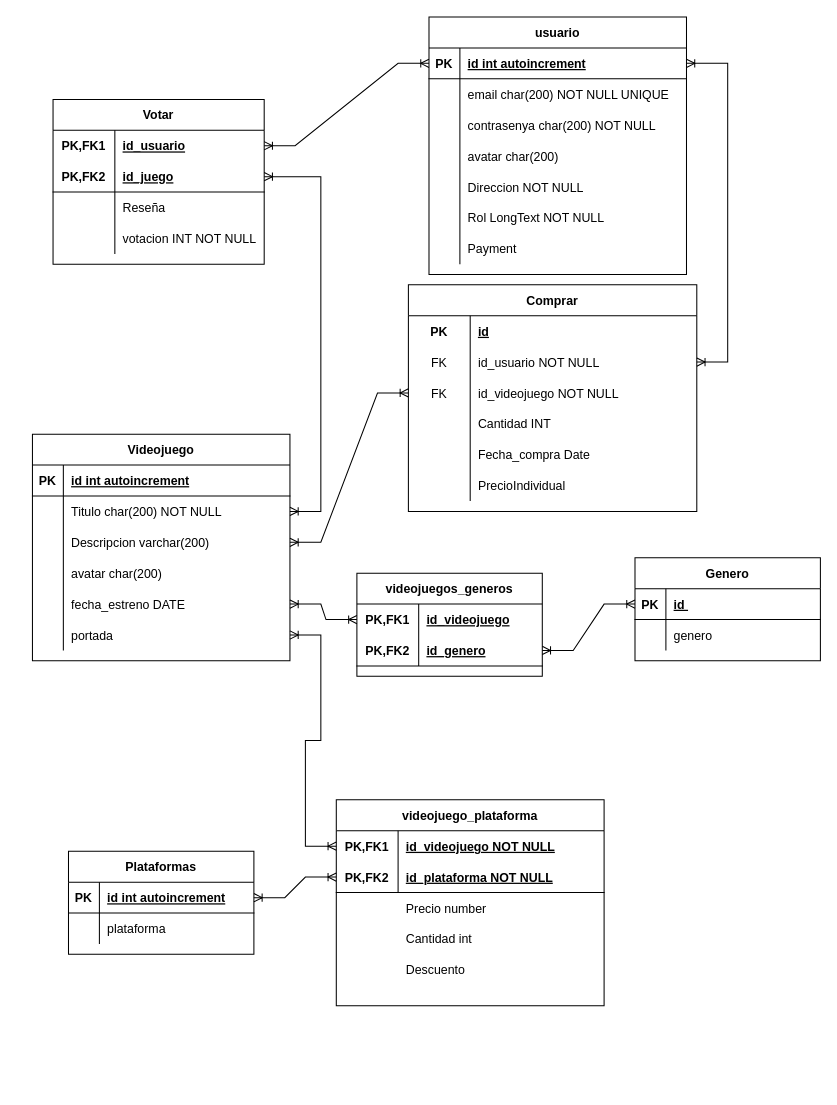
This is page "Page-1" (1 of 2) of Diagrama ER.drawio from badluckxiii/ProjecteFinalDocumentacioDAW, a draw.io file, before an edit. Source tidied: cells renumbered, new cells numbered last; positions are measured from the earlier drawing's top-left corner, leaving out a move shared by most shapes. Both pictures are drawn from the tidied source at 103%, with x=0, y=0 at pixel (32, 16).
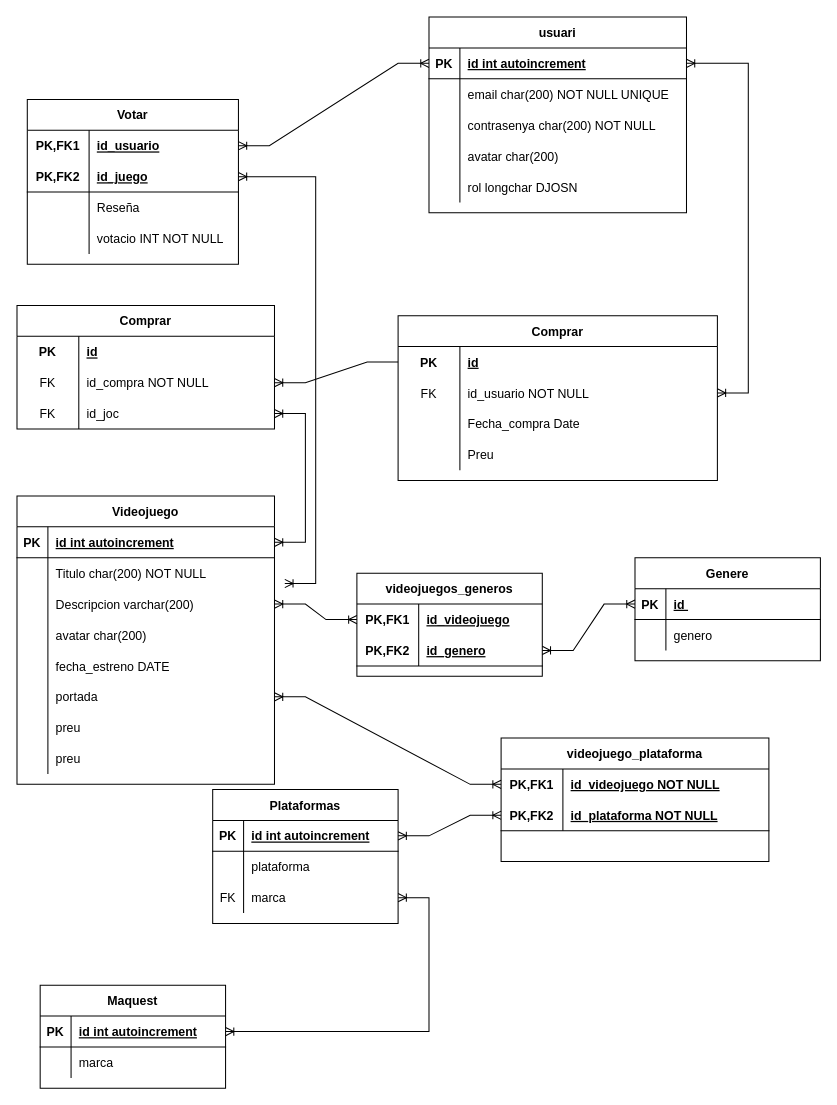
The same diagram, later.

Unchanged cells that the change refers to:
```xml
<mxCell id="25" style="shape=partialRectangle;fillColor=none;points=[[0,0.5],[1,0.5]];portConstraint=eastwest;top=0;left=0;right=0;bottom=1;" parent="24" vertex="1">
  <mxGeometry y="30" width="250" height="30" as="geometry" />
</mxCell>
<mxCell id="28" style="shape=partialRectangle;fillColor=none;points=[[0,0.5],[1,0.5]];portConstraint=eastwest;top=0;left=0;right=0;bottom=0;" parent="24" vertex="1">
  <mxGeometry y="60" width="250" height="30" as="geometry" />
</mxCell>
<mxCell id="31" style="shape=partialRectangle;fillColor=none;points=[[0,0.5],[1,0.5]];portConstraint=eastwest;top=0;left=0;right=0;bottom=0;" parent="24" vertex="1">
  <mxGeometry y="90" width="250" height="30" as="geometry" />
</mxCell>
<mxCell id="67" style="shape=tableRow;horizontal=0;startSize=0;swimlaneHead=0;swimlaneBody=0;fillColor=none;points=[[0,0.5],[1,0.5]];portConstraint=eastwest;top=0;left=0;right=0;bottom=0;" parent="66" vertex="1">
  <mxGeometry y="30" width="180" height="30" as="geometry" />
</mxCell>
<mxCell id="79" style="shape=tableRow;horizontal=0;startSize=0;swimlaneHead=0;swimlaneBody=0;fillColor=none;points=[[0,0.5],[1,0.5]];portConstraint=eastwest;top=0;left=0;right=0;bottom=1;" parent="75" vertex="1">
  <mxGeometry y="60" width="205" height="30" as="geometry" />
</mxCell>
<mxCell id="85" style="shape=tableRow;horizontal=0;startSize=0;swimlaneHead=0;swimlaneBody=0;fillColor=none;top=0;left=0;right=0;bottom=0;" parent="75" vertex="1">
  <mxGeometry y="120" width="205" height="30" as="geometry" />
</mxCell>
```

Diff of the diagram source:
```diff
@@
-    <mxCell id="2" value="usuario" style="shape=table;startSize=30;childLayout=tableLayout;rowLines=0;fontStyle=1;align=center;" parent="1" vertex="1">
-      <mxGeometry x="385" width="250" height="250" as="geometry" />
+    <mxCell id="2" value="usuari" style="shape=table;startSize=30;childLayout=tableLayout;rowLines=0;fontStyle=1;align=center;" parent="1" vertex="1">
+      <mxGeometry x="385" width="250" height="190" as="geometry" />
     </mxCell>
@@
-    <mxCell id="15" style="shape=partialRectangle;fillColor=none;top=0;left=0;right=0;bottom=0;" parent="2" vertex="1">
-      <mxGeometry y="150" width="250" height="30" as="geometry" />
-    </mxCell>
-    <mxCell id="16" style="shape=partialRectangle;overflow=hidden;fillColor=none;top=0;left=0;bottom=0;right=0;" parent="15" vertex="1">
-      <mxGeometry width="30" height="30" as="geometry" />
-    </mxCell>
-    <mxCell id="17" value="Direccion NOT NULL" style="shape=partialRectangle;overflow=hidden;fillColor=none;top=0;left=0;bottom=0;right=0;align=left;spacingLeft=6;" parent="15" vertex="1">
-      <mxGeometry x="30" width="220" height="30" as="geometry" />
-    </mxCell>
     <mxCell id="18" style="shape=partialRectangle;fillColor=none;top=0;left=0;right=0;bottom=0;" parent="2" vertex="1">
-      <mxGeometry y="180" width="250" height="30" as="geometry" />
+      <mxGeometry y="150" width="250" height="30" as="geometry" />
     </mxCell>
@@
-    <mxCell id="20" value="Rol LongText NOT NULL" style="shape=partialRectangle;overflow=hidden;fillColor=none;top=0;left=0;bottom=0;right=0;align=left;spacingLeft=6;" parent="18" vertex="1">
+    <mxCell id="20" value="rol longchar DJOSN" style="shape=partialRectangle;overflow=hidden;fillColor=none;top=0;left=0;bottom=0;right=0;align=left;spacingLeft=6;" parent="18" vertex="1">
       <mxGeometry x="30" width="220" height="30" as="geometry" />
     </mxCell>
-    <mxCell id="21" style="shape=partialRectangle;fillColor=none;top=0;left=0;right=0;bottom=0;" parent="2" vertex="1">
-      <mxGeometry y="210" width="250" height="30" as="geometry" />
-    </mxCell>
-    <mxCell id="22" style="shape=partialRectangle;overflow=hidden;fillColor=none;top=0;left=0;bottom=0;right=0;" parent="21" vertex="1">
-      <mxGeometry width="30" height="30" as="geometry" />
-    </mxCell>
-    <mxCell id="23" value="Payment" style="shape=partialRectangle;overflow=hidden;fillColor=none;top=0;left=0;bottom=0;right=0;align=left;spacingLeft=6;" parent="21" vertex="1">
-      <mxGeometry x="30" width="220" height="30" as="geometry" />
-    </mxCell>
     <mxCell id="24" value="Videojuego" style="shape=table;startSize=30;childLayout=tableLayout;rowLines=0;fontStyle=1;align=center;" parent="1" vertex="1">
-      <mxGeometry y="405" width="250" height="220" as="geometry" />
+      <mxGeometry x="-15" y="465" width="250" height="280" as="geometry" />
     </mxCell>
@@
+    <mxCell id="21" style="shape=partialRectangle;fillColor=none;top=0;left=0;right=0;bottom=0;" parent="24" vertex="1">
+      <mxGeometry y="210" width="250" height="30" as="geometry" />
+    </mxCell>
+    <mxCell id="116" style="shape=partialRectangle;overflow=hidden;fillColor=none;top=0;left=0;bottom=0;right=0;" parent="21" vertex="1">
+      <mxGeometry width="30" height="30" as="geometry" />
+    </mxCell>
+    <mxCell id="117" value="preu" style="shape=partialRectangle;overflow=hidden;fillColor=none;top=0;left=0;bottom=0;right=0;align=left;spacingLeft=6;" parent="21" vertex="1">
+      <mxGeometry x="30" width="220" height="30" as="geometry" />
+    </mxCell>
+    <mxCell id="118" style="shape=partialRectangle;fillColor=none;top=0;left=0;right=0;bottom=0;" parent="24" vertex="1">
+      <mxGeometry y="240" width="250" height="30" as="geometry" />
+    </mxCell>
+    <mxCell id="119" style="shape=partialRectangle;overflow=hidden;fillColor=none;top=0;left=0;bottom=0;right=0;" parent="118" vertex="1">
+      <mxGeometry width="30" height="30" as="geometry" />
+    </mxCell>
+    <mxCell id="120" value="preu" style="shape=partialRectangle;overflow=hidden;fillColor=none;top=0;left=0;bottom=0;right=0;align=left;spacingLeft=6;" parent="118" vertex="1">
+      <mxGeometry x="30" width="220" height="30" as="geometry" />
+    </mxCell>
     <mxCell id="43" value="videojuego_plataforma" style="shape=table;startSize=30;childLayout=tableLayout;rowLines=0;fontStyle=1;align=center;" parent="1" vertex="1">
-      <mxGeometry x="295" y="760" width="260" height="200" as="geometry" />
+      <mxGeometry x="455" y="700" width="260" height="120" as="geometry" />
     </mxCell>
@@
     <mxCell id="50" value="Plataformas" style="shape=table;startSize=30;childLayout=tableLayout;rowLines=0;fontStyle=1;align=center;" parent="1" vertex="1">
-      <mxGeometry x="35" y="810" width="180" height="100" as="geometry" />
+      <mxGeometry x="175" y="750" width="180" height="130" as="geometry" />
     </mxCell>
@@
+    <mxCell id="121" style="shape=tableRow;horizontal=0;startSize=0;swimlaneHead=0;swimlaneBody=0;fillColor=none;points=[[0,0.5],[1,0.5]];portConstraint=eastwest;top=0;left=0;right=0;bottom=0;" parent="50" vertex="1">
+      <mxGeometry y="90" width="180" height="30" as="geometry" />
+    </mxCell>
+    <mxCell id="122" value="FK" style="shape=partialRectangle;fillColor=none;top=0;left=0;bottom=0;right=0;overflow=hidden;" parent="121" vertex="1">
+      <mxGeometry width="30" height="30" as="geometry" />
+    </mxCell>
+    <mxCell id="123" value="marca" style="shape=partialRectangle;fillColor=none;top=0;left=0;bottom=0;right=0;align=left;spacingLeft=6;overflow=hidden;" parent="121" vertex="1">
+      <mxGeometry x="30" width="150" height="30" as="geometry" />
+    </mxCell>
@@
-    <mxCell id="59" value="Genero" style="shape=table;startSize=30;childLayout=tableLayout;rowLines=0;fontStyle=1;align=center;" parent="1" vertex="1">
+    <mxCell id="59" value="Genere" style="shape=table;startSize=30;childLayout=tableLayout;rowLines=0;fontStyle=1;align=center;" parent="1" vertex="1">
       <mxGeometry x="585" y="525" width="180" height="100" as="geometry" />
     </mxCell>
@@
-    <mxCell id="74" style="edgeStyle=entityRelationEdgeStyle;fontSize=12;html=1;endArrow=ERoneToMany;endFill=0;startArrow=ERoneToMany;rounded=0;startFill=0;" parent="1" edge="1" target="67">
-      <mxGeometry relative="1" as="geometry">
-        <mxPoint x="250" y="570" as="sourcePoint" />
-      </mxGeometry>
+    <mxCell id="74" style="edgeStyle=entityRelationEdgeStyle;fontSize=12;html=1;endArrow=ERoneToMany;endFill=0;startArrow=ERoneToMany;rounded=0;startFill=0;" parent="1" edge="1" source="31" target="67">
+      <mxGeometry relative="1" as="geometry" />
     </mxCell>
     <mxCell id="75" value="Votar" style="shape=table;startSize=30;childLayout=tableLayout;rowLines=0;fontStyle=1;align=center;" parent="1" vertex="1">
-      <mxGeometry x="20" y="80" width="205" height="160" as="geometry" />
+      <mxGeometry x="-5" y="80" width="205" height="160" as="geometry" />
     </mxCell>
@@
-    <mxCell id="87" value="votacion INT NOT NULL" style="shape=partialRectangle;fillColor=none;top=0;left=0;bottom=0;right=0;align=left;spacingLeft=6;overflow=hidden;" parent="85" vertex="1">
+    <mxCell id="87" value="votacio INT NOT NULL" style="shape=partialRectangle;fillColor=none;top=0;left=0;bottom=0;right=0;align=left;spacingLeft=6;overflow=hidden;" parent="85" vertex="1">
       <mxGeometry x="60" width="145" height="30" as="geometry" />
     </mxCell>
     <mxCell id="88" value="Comprar" style="shape=table;startSize=30;childLayout=tableLayout;rowLines=0;fontStyle=1;align=center;" parent="1" vertex="1">
-      <mxGeometry x="365" y="260" width="280" height="220" as="geometry" />
+      <mxGeometry x="355" y="290" width="310" height="160" as="geometry" />
     </mxCell>
     <mxCell id="89" style="shape=tableRow;horizontal=0;startSize=0;swimlaneHead=0;swimlaneBody=0;fillColor=none;points=[[0,0.5],[1,0.5]];portConstraint=eastwest;top=0;left=0;right=0;bottom=0;dashed=1;dashPattern=1 1;" parent="88" vertex="1">
-      <mxGeometry y="30" width="280" height="30" as="geometry" />
+      <mxGeometry y="30" width="310" height="30" as="geometry" />
     </mxCell>
@@
     <mxCell id="91" value="id" style="shape=partialRectangle;fillColor=none;top=0;left=0;bottom=0;right=0;align=left;spacingLeft=6;fontStyle=5;overflow=hidden;" parent="89" vertex="1">
-      <mxGeometry x="60" width="220" height="30" as="geometry" />
+      <mxGeometry x="60" width="250" height="30" as="geometry" />
     </mxCell>
     <mxCell id="92" style="shape=tableRow;horizontal=0;startSize=0;swimlaneHead=0;swimlaneBody=0;fillColor=none;points=[[0,0.5],[1,0.5]];portConstraint=eastwest;top=0;left=0;right=0;bottom=0;" parent="88" vertex="1">
-      <mxGeometry y="60" width="280" height="30" as="geometry" />
+      <mxGeometry y="60" width="310" height="30" as="geometry" />
     </mxCell>
@@
     <mxCell id="94" value="id_usuario NOT NULL" style="shape=partialRectangle;fillColor=none;top=0;left=0;bottom=0;right=0;align=left;spacingLeft=6;overflow=hidden;" parent="92" vertex="1">
-      <mxGeometry x="60" width="220" height="30" as="geometry" />
+      <mxGeometry x="60" width="250" height="30" as="geometry" />
     </mxCell>
-    <mxCell id="95" style="shape=tableRow;horizontal=0;startSize=0;swimlaneHead=0;swimlaneBody=0;fillColor=none;points=[[0,0.5],[1,0.5]];portConstraint=eastwest;top=0;left=0;right=0;bottom=0;" parent="88" vertex="1">
-      <mxGeometry y="90" width="280" height="30" as="geometry" />
-    </mxCell>
-    <mxCell id="96" value="FK" style="shape=partialRectangle;fillColor=none;top=0;left=0;bottom=0;right=0;overflow=hidden;" parent="95" vertex="1">
-      <mxGeometry width="60" height="30" as="geometry" />
-    </mxCell>
-    <mxCell id="97" value="id_videojuego NOT NULL" style="shape=partialRectangle;fillColor=none;top=0;left=0;bottom=0;right=0;align=left;spacingLeft=6;overflow=hidden;" parent="95" vertex="1">
-      <mxGeometry x="60" width="220" height="30" as="geometry" />
-    </mxCell>
-    <mxCell id="98" style="shape=tableRow;horizontal=0;startSize=0;swimlaneHead=0;swimlaneBody=0;fillColor=none;top=0;left=0;right=0;bottom=0;" parent="88" vertex="1">
-      <mxGeometry y="120" width="280" height="30" as="geometry" />
-    </mxCell>
-    <mxCell id="99" style="shape=partialRectangle;fillColor=none;top=0;left=0;bottom=0;right=0;overflow=hidden;" parent="98" vertex="1">
-      <mxGeometry width="60" height="30" as="geometry" />
-    </mxCell>
-    <mxCell id="100" value="Cantidad INT" style="shape=partialRectangle;fillColor=none;top=0;left=0;bottom=0;right=0;align=left;spacingLeft=6;overflow=hidden;" parent="98" vertex="1">
-      <mxGeometry x="60" width="220" height="30" as="geometry" />
-    </mxCell>
     <mxCell id="101" style="shape=tableRow;horizontal=0;startSize=0;swimlaneHead=0;swimlaneBody=0;fillColor=none;top=0;left=0;right=0;bottom=0;" parent="88" vertex="1">
-      <mxGeometry y="150" width="280" height="30" as="geometry" />
+      <mxGeometry y="90" width="310" height="30" as="geometry" />
     </mxCell>
@@
     <mxCell id="103" value="Fecha_compra Date" style="shape=partialRectangle;fillColor=none;top=0;left=0;bottom=0;right=0;align=left;spacingLeft=6;overflow=hidden;" parent="101" vertex="1">
-      <mxGeometry x="60" width="220" height="30" as="geometry" />
+      <mxGeometry x="60" width="250" height="30" as="geometry" />
     </mxCell>
     <mxCell id="104" style="shape=tableRow;horizontal=0;startSize=0;swimlaneHead=0;swimlaneBody=0;fillColor=none;top=0;left=0;right=0;bottom=0;" parent="88" vertex="1">
-      <mxGeometry y="180" width="280" height="30" as="geometry" />
+      <mxGeometry y="120" width="310" height="30" as="geometry" />
     </mxCell>
@@
-    <mxCell id="106" value="PrecioIndividual" style="shape=partialRectangle;fillColor=none;top=0;left=0;bottom=0;right=0;align=left;spacingLeft=6;overflow=hidden;" parent="104" vertex="1">
-      <mxGeometry x="60" width="220" height="30" as="geometry" />
+    <mxCell id="106" value="Preu" style="shape=partialRectangle;fillColor=none;top=0;left=0;bottom=0;right=0;align=left;spacingLeft=6;overflow=hidden;" parent="104" vertex="1">
+      <mxGeometry x="60" width="250" height="30" as="geometry" />
     </mxCell>
@@
-    <mxCell id="108" style="edgeStyle=entityRelationEdgeStyle;fontSize=12;html=1;endArrow=ERoneToMany;startArrow=ERoneToMany;rounded=0;startFill=0;" parent="1" edge="1" source="28" target="79">
-      <mxGeometry relative="1" as="geometry" />
+    <mxCell id="108" style="edgeStyle=entityRelationEdgeStyle;fontSize=12;html=1;endArrow=ERoneToMany;startArrow=ERoneToMany;rounded=0;startFill=0;" parent="1" edge="1" target="79">
+      <mxGeometry relative="1" as="geometry">
+        <mxPoint x="245" y="550" as="sourcePoint" />
+      </mxGeometry>
     </mxCell>
@@
-    <mxCell id="110" style="edgeStyle=entityRelationEdgeStyle;fontSize=12;html=1;endArrow=ERoneToMany;startArrow=ERoneToMany;rounded=0;startFill=0;" parent="1" edge="1" source="31" target="95">
-      <mxGeometry relative="1" as="geometry" />
-    </mxCell>
@@
-    <mxCell id="113" value="Precio number" style="shape=partialRectangle;fillColor=none;top=0;left=0;bottom=0;right=0;align=left;spacingLeft=6;overflow=hidden;" parent="1" vertex="1">
-      <mxGeometry x="355" y="850" width="120" height="30" as="geometry" />
-    </mxCell>
-    <mxCell id="114" value="Cantidad int" style="shape=partialRectangle;fillColor=none;top=0;left=0;bottom=0;right=0;align=left;spacingLeft=6;overflow=hidden;" parent="1" vertex="1">
-      <mxGeometry x="355" y="880" width="120" height="30" as="geometry" />
-    </mxCell>
-    <mxCell id="115" value="Descuento" style="shape=partialRectangle;fillColor=none;top=0;left=0;bottom=0;right=0;align=left;spacingLeft=6;overflow=hidden;" parent="1" vertex="1">
-      <mxGeometry x="355" y="910" width="120" height="30" as="geometry" />
-    </mxCell>
+    <mxCell id="124" value="Maquest" style="shape=table;startSize=30;childLayout=tableLayout;rowLines=0;fontStyle=1;align=center;" parent="1" vertex="1">
+      <mxGeometry x="7.5" y="940" width="180" height="100" as="geometry" />
+    </mxCell>
+    <mxCell id="125" style="shape=tableRow;horizontal=0;startSize=0;swimlaneHead=0;swimlaneBody=0;fillColor=none;points=[[0,0.5],[1,0.5]];portConstraint=eastwest;top=0;left=0;right=0;bottom=1;" parent="124" vertex="1">
+      <mxGeometry y="30" width="180" height="30" as="geometry" />
+    </mxCell>
+    <mxCell id="126" value="PK" style="shape=partialRectangle;fillColor=none;top=0;left=0;bottom=0;right=0;fontStyle=1;overflow=hidden;" parent="125" vertex="1">
+      <mxGeometry width="30" height="30" as="geometry" />
+    </mxCell>
+    <mxCell id="127" value="id int autoincrement" style="shape=partialRectangle;fillColor=none;top=0;left=0;bottom=0;right=0;align=left;spacingLeft=6;fontStyle=5;overflow=hidden;" parent="125" vertex="1">
+      <mxGeometry x="30" width="150" height="30" as="geometry" />
+    </mxCell>
+    <mxCell id="128" style="shape=tableRow;horizontal=0;startSize=0;swimlaneHead=0;swimlaneBody=0;fillColor=none;top=0;left=0;right=0;bottom=0;" parent="124" vertex="1">
+      <mxGeometry y="60" width="180" height="30" as="geometry" />
+    </mxCell>
+    <mxCell id="129" style="shape=partialRectangle;fillColor=none;top=0;left=0;bottom=0;right=0;overflow=hidden;" parent="128" vertex="1">
+      <mxGeometry width="30" height="30" as="geometry" />
+    </mxCell>
+    <mxCell id="130" value="marca" style="shape=partialRectangle;fillColor=none;top=0;left=0;bottom=0;right=0;align=left;spacingLeft=6;overflow=hidden;" parent="128" vertex="1">
+      <mxGeometry x="30" width="150" height="30" as="geometry" />
+    </mxCell>
+    <mxCell id="131" style="edgeStyle=entityRelationEdgeStyle;fontSize=12;html=1;endArrow=ERoneToMany;endFill=0;startArrow=ERoneToMany;rounded=0;startFill=0;" parent="1" edge="1" source="121" target="125">
+      <mxGeometry relative="1" as="geometry" />
+    </mxCell>
+    <mxCell id="132" value="Comprar" style="shape=table;startSize=30;childLayout=tableLayout;rowLines=0;fontStyle=1;align=center;" parent="1" vertex="1">
+      <mxGeometry x="-15" y="280" width="250" height="120" as="geometry" />
+    </mxCell>
+    <mxCell id="133" style="shape=tableRow;horizontal=0;startSize=0;swimlaneHead=0;swimlaneBody=0;fillColor=none;top=0;left=0;right=0;bottom=0;dashed=1;dashPattern=1 1;" parent="132" vertex="1">
+      <mxGeometry y="30" width="250" height="30" as="geometry" />
+    </mxCell>
+    <mxCell id="134" value="PK" style="shape=partialRectangle;fillColor=none;top=0;left=0;bottom=0;right=0;fontStyle=1;overflow=hidden;" parent="133" vertex="1">
+      <mxGeometry width="60" height="30" as="geometry" />
+    </mxCell>
+    <mxCell id="135" value="id" style="shape=partialRectangle;fillColor=none;top=0;left=0;bottom=0;right=0;align=left;spacingLeft=6;fontStyle=5;overflow=hidden;" parent="133" vertex="1">
+      <mxGeometry x="60" width="190" height="30" as="geometry" />
+    </mxCell>
+    <mxCell id="136" style="shape=tableRow;horizontal=0;startSize=0;swimlaneHead=0;swimlaneBody=0;fillColor=none;points=[[0,0.5],[1,0.5]];portConstraint=eastwest;top=0;left=0;right=0;bottom=0;" parent="132" vertex="1">
+      <mxGeometry y="60" width="250" height="30" as="geometry" />
+    </mxCell>
+    <mxCell id="137" value="FK" style="shape=partialRectangle;fillColor=none;top=0;left=0;bottom=0;right=0;overflow=hidden;" parent="136" vertex="1">
+      <mxGeometry width="60" height="30" as="geometry" />
+    </mxCell>
+    <mxCell id="138" value="id_compra NOT NULL" style="shape=partialRectangle;fillColor=none;top=0;left=0;bottom=0;right=0;align=left;spacingLeft=6;overflow=hidden;" parent="136" vertex="1">
+      <mxGeometry x="60" width="190" height="30" as="geometry" />
+    </mxCell>
+    <mxCell id="139" style="shape=tableRow;horizontal=0;startSize=0;swimlaneHead=0;swimlaneBody=0;fillColor=none;points=[[0,0.5],[1,0.5]];portConstraint=eastwest;top=0;left=0;right=0;bottom=0;" parent="132" vertex="1">
+      <mxGeometry y="90" width="250" height="30" as="geometry" />
+    </mxCell>
+    <mxCell id="140" value="FK" style="shape=partialRectangle;fillColor=none;top=0;left=0;bottom=0;right=0;overflow=hidden;" parent="139" vertex="1">
+      <mxGeometry width="60" height="30" as="geometry" />
+    </mxCell>
+    <mxCell id="141" value="id_joc" style="shape=partialRectangle;fillColor=none;top=0;left=0;bottom=0;right=0;align=left;spacingLeft=6;overflow=hidden;" parent="139" vertex="1">
+      <mxGeometry x="60" width="190" height="30" as="geometry" />
+    </mxCell>
+    <mxCell id="142" style="edgeStyle=entityRelationEdgeStyle;fontSize=12;html=1;endArrow=none;startArrow=ERoneToMany;rounded=0;startFill=0;endFill=0;" parent="1" edge="1" source="136" target="89">
+      <mxGeometry relative="1" as="geometry" />
+    </mxCell>
+    <mxCell id="143" style="edgeStyle=entityRelationEdgeStyle;fontSize=12;html=1;endArrow=ERoneToMany;startArrow=ERoneToMany;rounded=0;startFill=0;endFill=0;" parent="1" edge="1" source="25" target="139">
+      <mxGeometry relative="1" as="geometry" />
+    </mxCell>
```
